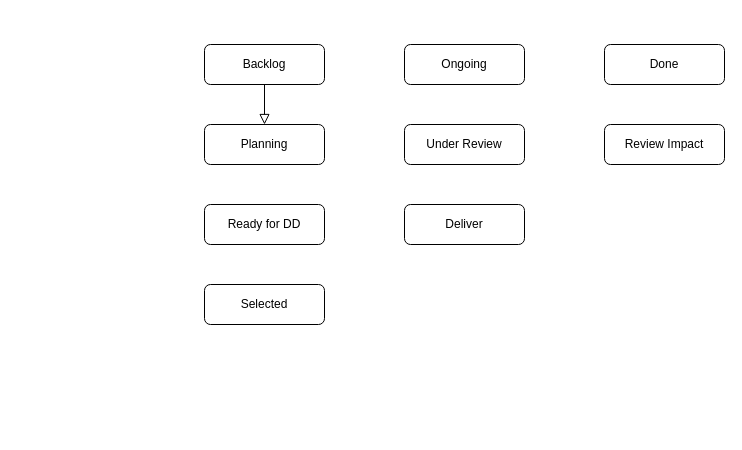
The draw.io diagram static/images/Untitled Diagram.drawio in timirnich/sandbox-welcome-content, before the edit. Source tidied: cells renumbered, new cells numbered last; positions are measured from the earlier drawing's top-left corner, leaving out a move shared by most shapes. Both pictures are drawn from the tidied source at 100%, with x=0, y=0 at pixel (204, 44).
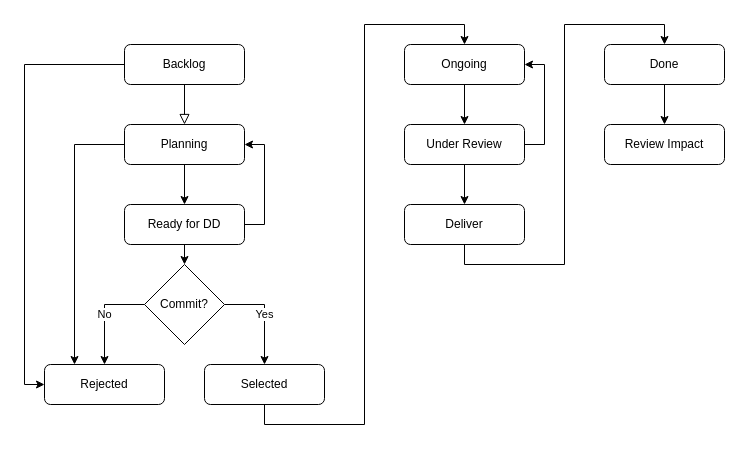
After the change.

Unchanged cells that the change refers to:
```xml
<mxCell id="7" value="Ongoing" style="rounded=1;whiteSpace=wrap;html=1;fontSize=12;glass=0;strokeWidth=1;shadow=0;" parent="1" vertex="1">
  <mxGeometry x="200" width="120" height="40" as="geometry" />
</mxCell>
<mxCell id="8" value="Under Review" style="rounded=1;whiteSpace=wrap;html=1;fontSize=12;glass=0;strokeWidth=1;shadow=0;" parent="1" vertex="1">
  <mxGeometry x="200" y="80" width="120" height="40" as="geometry" />
</mxCell>
<mxCell id="9" value="Deliver" style="rounded=1;whiteSpace=wrap;html=1;fontSize=12;glass=0;strokeWidth=1;shadow=0;" parent="1" vertex="1">
  <mxGeometry x="200" y="160" width="120" height="40" as="geometry" />
</mxCell>
<mxCell id="10" value="Done" style="rounded=1;whiteSpace=wrap;html=1;fontSize=12;glass=0;strokeWidth=1;shadow=0;" parent="1" vertex="1">
  <mxGeometry x="400" width="120" height="40" as="geometry" />
</mxCell>
<mxCell id="11" value="Review Impact" style="rounded=1;whiteSpace=wrap;html=1;fontSize=12;glass=0;strokeWidth=1;shadow=0;" parent="1" vertex="1">
  <mxGeometry x="400" y="80" width="120" height="40" as="geometry" />
</mxCell>
```

The edit, as a diff of the source:
```diff
@@
+    <mxCell id="12" style="edgeStyle=orthogonalEdgeStyle;rounded=0;jettySize=auto;html=1;entryX=0;entryY=0.5;entryDx=0;entryDy=0;" parent="1" edge="1" source="3" target="23">
+      <mxGeometry relative="1" as="geometry">
+        <Array as="points">
+          <mxPoint x="-180" y="20" />
+          <mxPoint x="-180" y="340" />
+        </Array>
+      </mxGeometry>
+    </mxCell>
     <mxCell id="3" value="Backlog" style="rounded=1;whiteSpace=wrap;html=1;fontSize=12;glass=0;strokeWidth=1;shadow=0;" parent="1" vertex="1">
-      <mxGeometry width="120" height="40" as="geometry" />
+      <mxGeometry x="-80" width="120" height="40" as="geometry" />
     </mxCell>
+    <mxCell id="13" style="edgeStyle=orthogonalEdgeStyle;rounded=0;jettySize=auto;html=1;exitX=1;exitY=0.5;exitDx=0;exitDy=0;entryX=1;entryY=0.5;entryDx=0;entryDy=0;" parent="1" edge="1" source="4" target="5">
+      <mxGeometry relative="1" as="geometry" />
+    </mxCell>
+    <mxCell id="14" style="edgeStyle=orthogonalEdgeStyle;rounded=0;jettySize=auto;html=1;exitX=0.5;exitY=1;exitDx=0;exitDy=0;entryX=0.5;entryY=0;entryDx=0;entryDy=0;" parent="1" edge="1" source="4" target="26">
+      <mxGeometry relative="1" as="geometry" />
+    </mxCell>
     <mxCell id="4" value="Ready for DD" style="rounded=1;whiteSpace=wrap;html=1;fontSize=12;glass=0;strokeWidth=1;shadow=0;" parent="1" vertex="1">
-      <mxGeometry y="160" width="120" height="40" as="geometry" />
+      <mxGeometry x="-80" y="160" width="120" height="40" as="geometry" />
     </mxCell>
+    <mxCell id="15" style="edgeStyle=orthogonalEdgeStyle;rounded=0;jettySize=auto;html=1;exitX=0.5;exitY=1;exitDx=0;exitDy=0;" parent="1" edge="1" source="5" target="4">
+      <mxGeometry relative="1" as="geometry" />
+    </mxCell>
+    <mxCell id="16" style="edgeStyle=orthogonalEdgeStyle;rounded=0;jettySize=auto;html=1;entryX=0.25;entryY=0;entryDx=0;entryDy=0;" parent="1" edge="1" source="5" target="23">
+      <mxGeometry relative="1" as="geometry">
+        <Array as="points">
+          <mxPoint x="-130" y="100" />
+        </Array>
+      </mxGeometry>
+    </mxCell>
     <mxCell id="5" value="Planning" style="rounded=1;whiteSpace=wrap;html=1;fontSize=12;glass=0;strokeWidth=1;shadow=0;" parent="1" vertex="1">
-      <mxGeometry y="80" width="120" height="40" as="geometry" />
+      <mxGeometry x="-80" y="80" width="120" height="40" as="geometry" />
     </mxCell>
+    <mxCell id="17" style="edgeStyle=orthogonalEdgeStyle;rounded=0;jettySize=auto;html=1;exitX=0.5;exitY=1;exitDx=0;exitDy=0;entryX=0.5;entryY=0;entryDx=0;entryDy=0;" parent="1" edge="1" source="6" target="7">
+      <mxGeometry relative="1" as="geometry" />
+    </mxCell>
     <mxCell id="6" value="Selected" style="rounded=1;whiteSpace=wrap;html=1;fontSize=12;glass=0;strokeWidth=1;shadow=0;" parent="1" vertex="1">
-      <mxGeometry y="240" width="120" height="40" as="geometry" />
+      <mxGeometry y="320" width="120" height="40" as="geometry" />
     </mxCell>
+    <mxCell id="18" style="edgeStyle=orthogonalEdgeStyle;rounded=0;jettySize=auto;html=1;exitX=0.5;exitY=1;exitDx=0;exitDy=0;entryX=0.5;entryY=0;entryDx=0;entryDy=0;" parent="1" edge="1" source="7" target="8">
+      <mxGeometry relative="1" as="geometry" />
+    </mxCell>
@@
+    <mxCell id="19" style="edgeStyle=orthogonalEdgeStyle;rounded=0;jettySize=auto;html=1;exitX=0.5;exitY=1;exitDx=0;exitDy=0;" parent="1" edge="1" source="8" target="9">
+      <mxGeometry relative="1" as="geometry" />
+    </mxCell>
+    <mxCell id="20" style="edgeStyle=orthogonalEdgeStyle;rounded=0;jettySize=auto;html=1;exitX=1;exitY=0.5;exitDx=0;exitDy=0;entryX=1;entryY=0.5;entryDx=0;entryDy=0;" parent="1" edge="1" source="8" target="7">
+      <mxGeometry relative="1" as="geometry" />
+    </mxCell>
@@
+    <mxCell id="21" style="edgeStyle=orthogonalEdgeStyle;rounded=0;jettySize=auto;html=1;exitX=0.5;exitY=1;exitDx=0;exitDy=0;entryX=0.5;entryY=0;entryDx=0;entryDy=0;" parent="1" edge="1" source="9" target="10">
+      <mxGeometry relative="1" as="geometry" />
+    </mxCell>
@@
+    <mxCell id="22" style="edgeStyle=orthogonalEdgeStyle;rounded=0;jettySize=auto;html=1;exitX=0.5;exitY=1;exitDx=0;exitDy=0;entryX=0.5;entryY=0;entryDx=0;entryDy=0;" parent="1" edge="1" source="10" target="11">
+      <mxGeometry relative="1" as="geometry" />
+    </mxCell>
@@
+    <mxCell id="23" value="Rejected" style="rounded=1;whiteSpace=wrap;html=1;fontSize=12;glass=0;strokeWidth=1;shadow=0;" parent="1" vertex="1">
+      <mxGeometry x="-160" y="320" width="120" height="40" as="geometry" />
+    </mxCell>
+    <mxCell id="24" value="Yes" style="edgeStyle=orthogonalEdgeStyle;rounded=0;jettySize=auto;html=1;exitX=1;exitY=0.5;exitDx=0;exitDy=0;entryX=0.5;entryY=0;entryDx=0;entryDy=0;" parent="1" edge="1" source="26" target="6">
+      <mxGeometry relative="1" as="geometry" />
+    </mxCell>
+    <mxCell id="25" value="No" style="edgeStyle=orthogonalEdgeStyle;rounded=0;jettySize=auto;html=1;entryX=0.5;entryY=0;entryDx=0;entryDy=0;" parent="1" edge="1" source="26" target="23">
+      <mxGeometry relative="1" as="geometry">
+        <Array as="points">
+          <mxPoint x="-100" y="260" />
+        </Array>
+      </mxGeometry>
+    </mxCell>
+    <mxCell id="26" value="Commit?" style="rhombus;whiteSpace=wrap;html=1;" parent="1" vertex="1">
+      <mxGeometry x="-60" y="220" width="80" height="80" as="geometry" />
+    </mxCell>
```
